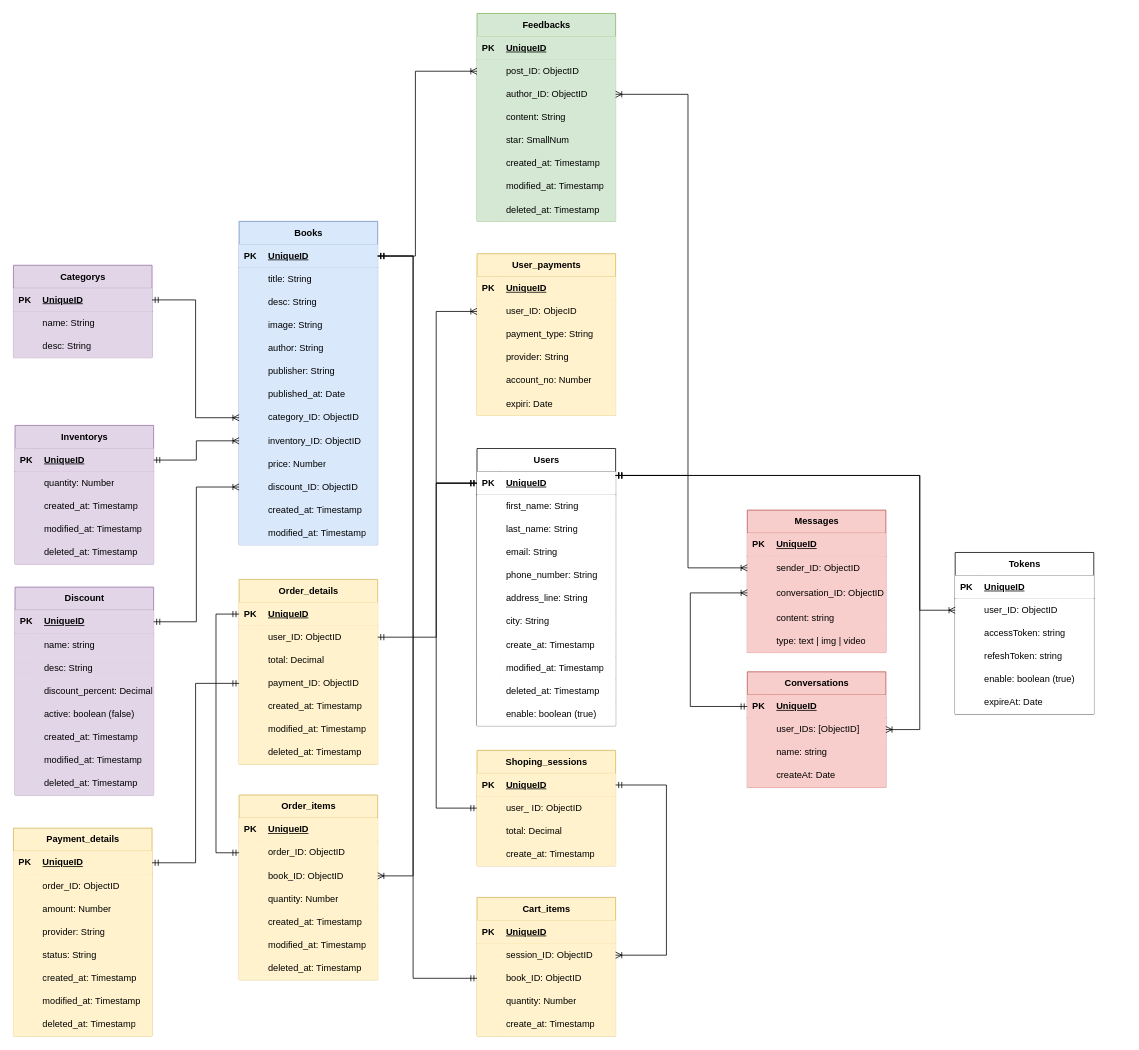
The draw.io diagram Diagram-Ebook-Shop.drawio in Khanh-BangPham/Diagram-Store, before the edit. Source tidied: cells renumbered, new cells numbered last; positions are measured from the earlier drawing's top-left corner, leaving out a move shared by most shapes. Both pictures are drawn from the tidied source at 77%, with x=0, y=0 at pixel (13, 13).
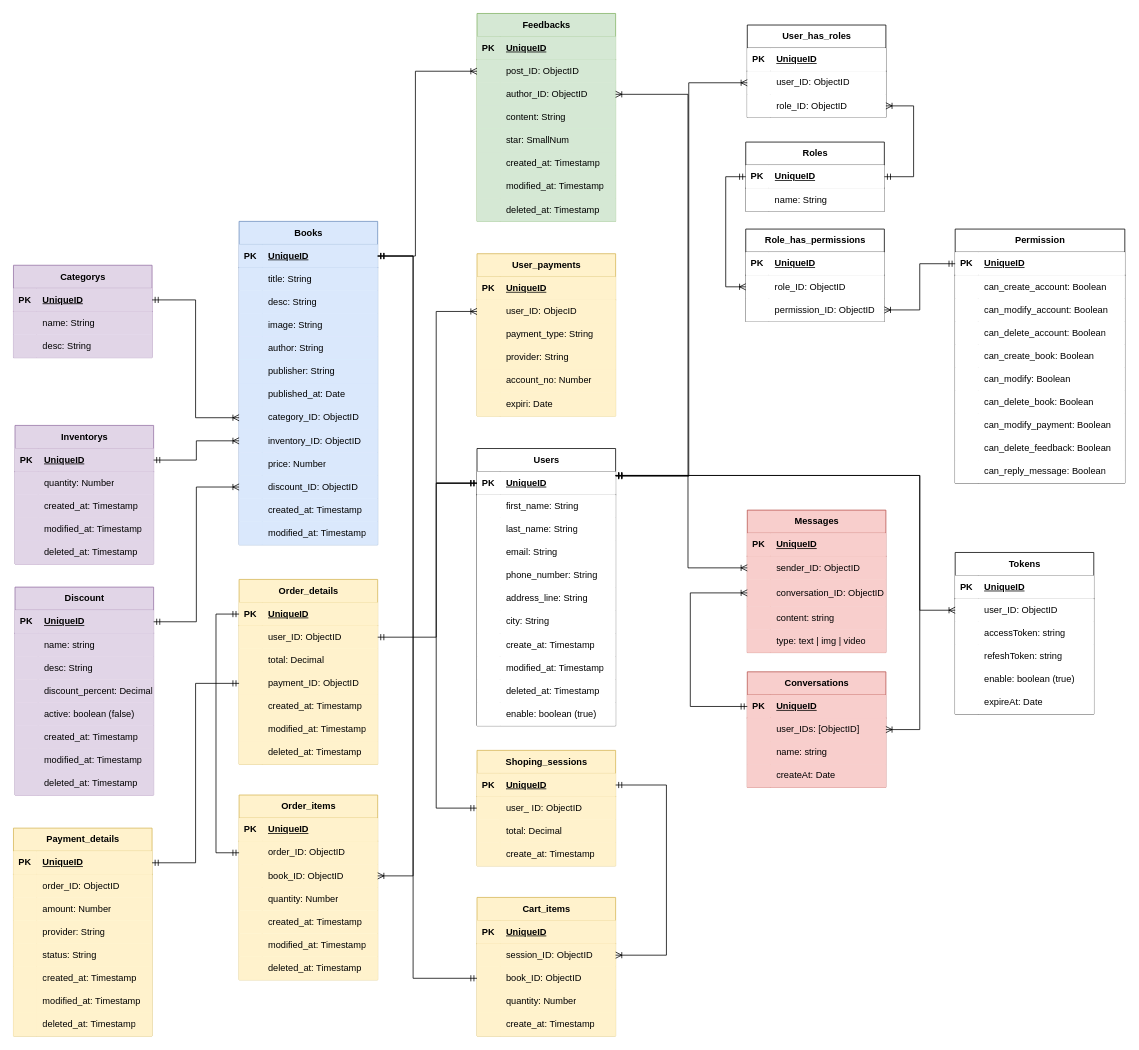
The same page after the edit.

Commit message:
Cập nhật Diagram-Ebook-Shop.drawio

Unchanged cells that the change refers to:
```xml
<mxCell id="3" style="shape=tableRow;horizontal=0;startSize=0;swimlaneHead=0;swimlaneBody=0;points=[[0,0.5],[1,0.5]];portConstraint=eastwest;top=0;left=0;right=0;bottom=1;" parent="2" vertex="1">
  <mxGeometry y="30" width="180" height="30" as="geometry" />
</mxCell>
```

The edit, as a diff of the source:
```diff
@@
     <mxCell id="214" value="User_payments" style="shape=table;startSize=30;childLayout=tableLayout;rowLines=0;fontStyle=1;align=center;html=1;fillColor=#fff2cc;strokeColor=#d6b656;" parent="1" vertex="1">
-      <mxGeometry x="602" y="312" width="180" height="210" as="geometry" />
+      <mxGeometry x="602" y="312" width="180" height="210.8" as="geometry" />
     </mxCell>
@@
     <mxCell id="230" style="shape=tableRow;horizontal=0;startSize=0;swimlaneHead=0;swimlaneBody=0;fillColor=#fff2cc;top=0;left=0;right=0;bottom=0;strokeColor=#d6b656;" parent="214" vertex="1">
-      <mxGeometry y="180" width="180" height="30" as="geometry" />
+      <mxGeometry y="180" width="180" height="31" as="geometry" />
     </mxCell>
     <mxCell id="231" style="shape=partialRectangle;fillColor=#fff2cc;top=0;left=0;bottom=0;right=0;overflow=hidden;whiteSpace=wrap;html=1;strokeColor=#d6b656;" parent="230" vertex="1">
-      <mxGeometry width="30" height="30" as="geometry" />
+      <mxGeometry width="30" height="31" as="geometry" />
     </mxCell>
     <mxCell id="232" value="expiri: Date" style="shape=partialRectangle;fillColor=#fff2cc;top=0;left=0;bottom=0;right=0;align=left;spacingLeft=6;overflow=hidden;whiteSpace=wrap;html=1;strokeColor=#d6b656;" parent="230" vertex="1">
-      <mxGeometry x="30" width="150" height="30" as="geometry" />
+      <mxGeometry x="30" width="150" height="31" as="geometry" />
     </mxCell>
@@
+    <mxCell id="334" value="User_has_roles" style="shape=table;startSize=30;childLayout=tableLayout;rowLines=0;fontStyle=1;align=center;html=1;" parent="1" vertex="1">
+      <mxGeometry x="953" y="15" width="180" height="120" as="geometry" />
+    </mxCell>
+    <mxCell id="335" style="shape=tableRow;horizontal=0;startSize=0;swimlaneHead=0;swimlaneBody=0;top=0;left=0;right=0;bottom=1;" parent="334" vertex="1">
+      <mxGeometry y="30" width="180" height="30" as="geometry" />
+    </mxCell>
+    <mxCell id="336" value="PK" style="shape=partialRectangle;top=0;left=0;bottom=0;right=0;fontStyle=1;overflow=hidden;whiteSpace=wrap;html=1;" parent="335" vertex="1">
+      <mxGeometry width="30" height="30" as="geometry" />
+    </mxCell>
+    <mxCell id="337" value="UniqueID" style="shape=partialRectangle;top=0;left=0;bottom=0;right=0;align=left;spacingLeft=6;fontStyle=5;overflow=hidden;whiteSpace=wrap;html=1;" parent="335" vertex="1">
+      <mxGeometry x="30" width="150" height="30" as="geometry" />
+    </mxCell>
+    <mxCell id="338" style="shape=tableRow;horizontal=0;startSize=0;swimlaneHead=0;swimlaneBody=0;points=[[0,0.5],[1,0.5]];portConstraint=eastwest;top=0;left=0;right=0;bottom=0;" parent="334" vertex="1">
+      <mxGeometry y="60" width="180" height="30" as="geometry" />
+    </mxCell>
+    <mxCell id="339" style="shape=partialRectangle;top=0;left=0;bottom=0;right=0;overflow=hidden;whiteSpace=wrap;html=1;" parent="338" vertex="1">
+      <mxGeometry width="30" height="30" as="geometry" />
+    </mxCell>
+    <mxCell id="340" value="user_ID: ObjectID" style="shape=partialRectangle;top=0;left=0;bottom=0;right=0;align=left;spacingLeft=6;overflow=hidden;whiteSpace=wrap;html=1;" parent="338" vertex="1">
+      <mxGeometry x="30" width="150" height="30" as="geometry" />
+    </mxCell>
+    <mxCell id="341" style="shape=tableRow;horizontal=0;startSize=0;swimlaneHead=0;swimlaneBody=0;points=[[0,0.5],[1,0.5]];portConstraint=eastwest;top=0;left=0;right=0;bottom=0;" parent="334" vertex="1">
+      <mxGeometry y="90" width="180" height="30" as="geometry" />
+    </mxCell>
+    <mxCell id="342" style="shape=partialRectangle;top=0;left=0;bottom=0;right=0;overflow=hidden;whiteSpace=wrap;html=1;" parent="341" vertex="1">
+      <mxGeometry width="30" height="30" as="geometry" />
+    </mxCell>
+    <mxCell id="343" value="role_ID: ObjectID" style="shape=partialRectangle;top=0;left=0;bottom=0;right=0;align=left;spacingLeft=6;overflow=hidden;whiteSpace=wrap;html=1;" parent="341" vertex="1">
+      <mxGeometry x="30" width="150" height="30" as="geometry" />
+    </mxCell>
+    <mxCell id="344" value="Roles" style="shape=table;startSize=30;childLayout=tableLayout;rowLines=0;fontStyle=1;align=center;html=1;" parent="1" vertex="1">
+      <mxGeometry x="951" y="167" width="180" height="90" as="geometry" />
+    </mxCell>
+    <mxCell id="345" style="shape=tableRow;horizontal=0;startSize=0;swimlaneHead=0;swimlaneBody=0;points=[[0,0.5],[1,0.5]];portConstraint=eastwest;top=0;left=0;right=0;bottom=1;" parent="344" vertex="1">
+      <mxGeometry y="30" width="180" height="30" as="geometry" />
+    </mxCell>
+    <mxCell id="346" value="PK" style="shape=partialRectangle;top=0;left=0;bottom=0;right=0;fontStyle=1;overflow=hidden;whiteSpace=wrap;html=1;" parent="345" vertex="1">
+      <mxGeometry width="30" height="30" as="geometry" />
+    </mxCell>
+    <mxCell id="347" value="UniqueID" style="shape=partialRectangle;top=0;left=0;bottom=0;right=0;align=left;spacingLeft=6;fontStyle=5;overflow=hidden;whiteSpace=wrap;html=1;" parent="345" vertex="1">
+      <mxGeometry x="30" width="150" height="30" as="geometry" />
+    </mxCell>
+    <mxCell id="348" style="shape=tableRow;horizontal=0;startSize=0;swimlaneHead=0;swimlaneBody=0;top=0;left=0;right=0;bottom=0;" parent="344" vertex="1">
+      <mxGeometry y="60" width="180" height="30" as="geometry" />
+    </mxCell>
+    <mxCell id="349" style="shape=partialRectangle;top=0;left=0;bottom=0;right=0;overflow=hidden;whiteSpace=wrap;html=1;" parent="348" vertex="1">
+      <mxGeometry width="30" height="30" as="geometry" />
+    </mxCell>
+    <mxCell id="350" value="name: String" style="shape=partialRectangle;top=0;left=0;bottom=0;right=0;align=left;spacingLeft=6;overflow=hidden;whiteSpace=wrap;html=1;" parent="348" vertex="1">
+      <mxGeometry x="30" width="150" height="30" as="geometry" />
+    </mxCell>
+    <mxCell id="351" value="Role_has_permissions" style="shape=table;startSize=30;childLayout=tableLayout;rowLines=0;fontStyle=1;align=center;html=1;" parent="1" vertex="1">
+      <mxGeometry x="951" y="280" width="180" height="120" as="geometry" />
+    </mxCell>
+    <mxCell id="352" style="shape=tableRow;horizontal=0;startSize=0;swimlaneHead=0;swimlaneBody=0;top=0;left=0;right=0;bottom=1;" parent="351" vertex="1">
+      <mxGeometry y="30" width="180" height="30" as="geometry" />
+    </mxCell>
+    <mxCell id="353" value="PK" style="shape=partialRectangle;top=0;left=0;bottom=0;right=0;fontStyle=1;overflow=hidden;whiteSpace=wrap;html=1;" parent="352" vertex="1">
+      <mxGeometry width="30" height="30" as="geometry" />
+    </mxCell>
+    <mxCell id="354" value="UniqueID" style="shape=partialRectangle;top=0;left=0;bottom=0;right=0;align=left;spacingLeft=6;fontStyle=5;overflow=hidden;whiteSpace=wrap;html=1;" parent="352" vertex="1">
+      <mxGeometry x="30" width="150" height="30" as="geometry" />
+    </mxCell>
+    <mxCell id="355" style="shape=tableRow;horizontal=0;startSize=0;swimlaneHead=0;swimlaneBody=0;points=[[0,0.5],[1,0.5]];portConstraint=eastwest;top=0;left=0;right=0;bottom=0;" parent="351" vertex="1">
+      <mxGeometry y="60" width="180" height="30" as="geometry" />
+    </mxCell>
+    <mxCell id="356" style="shape=partialRectangle;top=0;left=0;bottom=0;right=0;overflow=hidden;whiteSpace=wrap;html=1;" parent="355" vertex="1">
+      <mxGeometry width="30" height="30" as="geometry" />
+    </mxCell>
+    <mxCell id="357" value="role_ID: ObjectID" style="shape=partialRectangle;top=0;left=0;bottom=0;right=0;align=left;spacingLeft=6;overflow=hidden;whiteSpace=wrap;html=1;" parent="355" vertex="1">
+      <mxGeometry x="30" width="150" height="30" as="geometry" />
+    </mxCell>
+    <mxCell id="358" style="shape=tableRow;horizontal=0;startSize=0;swimlaneHead=0;swimlaneBody=0;points=[[0,0.5],[1,0.5]];portConstraint=eastwest;top=0;left=0;right=0;bottom=0;" parent="351" vertex="1">
+      <mxGeometry y="90" width="180" height="30" as="geometry" />
+    </mxCell>
+    <mxCell id="359" style="shape=partialRectangle;top=0;left=0;bottom=0;right=0;overflow=hidden;whiteSpace=wrap;html=1;" parent="358" vertex="1">
+      <mxGeometry width="30" height="30" as="geometry" />
+    </mxCell>
+    <mxCell id="360" value="permission_ID: ObjectID" style="shape=partialRectangle;top=0;left=0;bottom=0;right=0;align=left;spacingLeft=6;overflow=hidden;whiteSpace=wrap;html=1;" parent="358" vertex="1">
+      <mxGeometry x="30" width="150" height="30" as="geometry" />
+    </mxCell>
+    <mxCell id="361" value="Permission" style="shape=table;startSize=30;childLayout=tableLayout;rowLines=0;fontStyle=1;align=center;html=1;" parent="1" vertex="1">
+      <mxGeometry x="1223" y="280" width="220.3" height="330" as="geometry" />
+    </mxCell>
+    <mxCell id="362" style="shape=tableRow;horizontal=0;startSize=0;swimlaneHead=0;swimlaneBody=0;points=[[0,0.5],[1,0.5]];portConstraint=eastwest;top=0;left=0;right=0;bottom=1;" parent="361" vertex="1">
+      <mxGeometry y="30" width="220.3" height="30" as="geometry" />
+    </mxCell>
+    <mxCell id="363" value="PK" style="shape=partialRectangle;top=0;left=0;bottom=0;right=0;fontStyle=1;overflow=hidden;whiteSpace=wrap;html=1;" parent="362" vertex="1">
+      <mxGeometry width="30" height="30" as="geometry" />
+    </mxCell>
+    <mxCell id="364" value="UniqueID" style="shape=partialRectangle;top=0;left=0;bottom=0;right=0;align=left;spacingLeft=6;fontStyle=5;overflow=hidden;whiteSpace=wrap;html=1;" parent="362" vertex="1">
+      <mxGeometry x="30" width="190.3" height="30" as="geometry" />
+    </mxCell>
+    <mxCell id="365" style="shape=tableRow;horizontal=0;startSize=0;swimlaneHead=0;swimlaneBody=0;top=0;left=0;right=0;bottom=0;" parent="361" vertex="1">
+      <mxGeometry y="60" width="220.3" height="30" as="geometry" />
+    </mxCell>
+    <mxCell id="366" style="shape=partialRectangle;top=0;left=0;bottom=0;right=0;overflow=hidden;whiteSpace=wrap;html=1;" parent="365" vertex="1">
+      <mxGeometry width="30" height="30" as="geometry" />
+    </mxCell>
+    <mxCell id="367" value="can_create_account: Boolean" style="shape=partialRectangle;top=0;left=0;bottom=0;right=0;align=left;spacingLeft=6;overflow=hidden;whiteSpace=wrap;html=1;" parent="365" vertex="1">
+      <mxGeometry x="30" width="190.3" height="30" as="geometry" />
+    </mxCell>
+    <mxCell id="368" style="shape=tableRow;horizontal=0;startSize=0;swimlaneHead=0;swimlaneBody=0;top=0;left=0;right=0;bottom=0;" parent="361" vertex="1">
+      <mxGeometry y="90" width="220.3" height="30" as="geometry" />
+    </mxCell>
+    <mxCell id="369" style="shape=partialRectangle;top=0;left=0;bottom=0;right=0;overflow=hidden;whiteSpace=wrap;html=1;" parent="368" vertex="1">
+      <mxGeometry width="30" height="30" as="geometry" />
+    </mxCell>
+    <mxCell id="370" value="can_modify_account: Boolean" style="shape=partialRectangle;top=0;left=0;bottom=0;right=0;align=left;spacingLeft=6;overflow=hidden;whiteSpace=wrap;html=1;" parent="368" vertex="1">
+      <mxGeometry x="30" width="190.3" height="30" as="geometry" />
+    </mxCell>
+    <mxCell id="371" style="shape=tableRow;horizontal=0;startSize=0;swimlaneHead=0;swimlaneBody=0;top=0;left=0;right=0;bottom=0;" parent="361" vertex="1">
+      <mxGeometry y="120" width="220.3" height="30" as="geometry" />
+    </mxCell>
+    <mxCell id="372" style="shape=partialRectangle;top=0;left=0;bottom=0;right=0;overflow=hidden;whiteSpace=wrap;html=1;" parent="371" vertex="1">
+      <mxGeometry width="30" height="30" as="geometry" />
+    </mxCell>
+    <mxCell id="373" value="can_delete_account: Boolean" style="shape=partialRectangle;top=0;left=0;bottom=0;right=0;align=left;spacingLeft=6;overflow=hidden;whiteSpace=wrap;html=1;" parent="371" vertex="1">
+      <mxGeometry x="30" width="190.3" height="30" as="geometry" />
+    </mxCell>
+    <mxCell id="374" style="shape=tableRow;horizontal=0;startSize=0;swimlaneHead=0;swimlaneBody=0;top=0;left=0;right=0;bottom=0;" parent="361" vertex="1">
+      <mxGeometry y="150" width="220.3" height="30" as="geometry" />
+    </mxCell>
+    <mxCell id="375" style="shape=partialRectangle;top=0;left=0;bottom=0;right=0;overflow=hidden;whiteSpace=wrap;html=1;" parent="374" vertex="1">
+      <mxGeometry width="30" height="30" as="geometry" />
+    </mxCell>
+    <mxCell id="376" value="can_create_book: Boolean" style="shape=partialRectangle;top=0;left=0;bottom=0;right=0;align=left;spacingLeft=6;overflow=hidden;whiteSpace=wrap;html=1;" parent="374" vertex="1">
+      <mxGeometry x="30" width="190.3" height="30" as="geometry" />
+    </mxCell>
+    <mxCell id="377" style="shape=tableRow;horizontal=0;startSize=0;swimlaneHead=0;swimlaneBody=0;top=0;left=0;right=0;bottom=0;" parent="361" vertex="1">
+      <mxGeometry y="180" width="220.3" height="30" as="geometry" />
+    </mxCell>
+    <mxCell id="378" style="shape=partialRectangle;top=0;left=0;bottom=0;right=0;overflow=hidden;whiteSpace=wrap;html=1;" parent="377" vertex="1">
+      <mxGeometry width="30" height="30" as="geometry" />
+    </mxCell>
+    <mxCell id="379" value="can_modify: Boolean" style="shape=partialRectangle;top=0;left=0;bottom=0;right=0;align=left;spacingLeft=6;overflow=hidden;whiteSpace=wrap;html=1;" parent="377" vertex="1">
+      <mxGeometry x="30" width="190.3" height="30" as="geometry" />
+    </mxCell>
+    <mxCell id="380" style="shape=tableRow;horizontal=0;startSize=0;swimlaneHead=0;swimlaneBody=0;top=0;left=0;right=0;bottom=0;" parent="361" vertex="1">
+      <mxGeometry y="210" width="220.3" height="30" as="geometry" />
+    </mxCell>
+    <mxCell id="381" style="shape=partialRectangle;top=0;left=0;bottom=0;right=0;overflow=hidden;whiteSpace=wrap;html=1;" parent="380" vertex="1">
+      <mxGeometry width="30" height="30" as="geometry" />
+    </mxCell>
+    <mxCell id="382" value="can_delete_book: Boolean" style="shape=partialRectangle;top=0;left=0;bottom=0;right=0;align=left;spacingLeft=6;overflow=hidden;whiteSpace=wrap;html=1;" parent="380" vertex="1">
+      <mxGeometry x="30" width="190.3" height="30" as="geometry" />
+    </mxCell>
+    <mxCell id="383" style="shape=tableRow;horizontal=0;startSize=0;swimlaneHead=0;swimlaneBody=0;top=0;left=0;right=0;bottom=0;" parent="361" vertex="1">
+      <mxGeometry y="240" width="220.3" height="30" as="geometry" />
+    </mxCell>
+    <mxCell id="384" style="shape=partialRectangle;top=0;left=0;bottom=0;right=0;overflow=hidden;whiteSpace=wrap;html=1;" parent="383" vertex="1">
+      <mxGeometry width="30" height="30" as="geometry" />
+    </mxCell>
+    <mxCell id="385" value="can_modify_payment: Boolean" style="shape=partialRectangle;top=0;left=0;bottom=0;right=0;align=left;spacingLeft=6;overflow=hidden;whiteSpace=wrap;html=1;" parent="383" vertex="1">
+      <mxGeometry x="30" width="190.3" height="30" as="geometry" />
+    </mxCell>
+    <mxCell id="386" style="shape=tableRow;horizontal=0;startSize=0;swimlaneHead=0;swimlaneBody=0;top=0;left=0;right=0;bottom=0;" parent="361" vertex="1">
+      <mxGeometry y="270" width="220.3" height="30" as="geometry" />
+    </mxCell>
+    <mxCell id="387" style="shape=partialRectangle;top=0;left=0;bottom=0;right=0;overflow=hidden;whiteSpace=wrap;html=1;" parent="386" vertex="1">
+      <mxGeometry width="30" height="30" as="geometry" />
+    </mxCell>
+    <mxCell id="388" value="can_delete_feedback: Boolean" style="shape=partialRectangle;top=0;left=0;bottom=0;right=0;align=left;spacingLeft=6;overflow=hidden;whiteSpace=wrap;html=1;" parent="386" vertex="1">
+      <mxGeometry x="30" width="190.3" height="30" as="geometry" />
+    </mxCell>
+    <mxCell id="389" style="shape=tableRow;horizontal=0;startSize=0;swimlaneHead=0;swimlaneBody=0;top=0;left=0;right=0;bottom=0;" parent="361" vertex="1">
+      <mxGeometry y="300" width="220.3" height="30" as="geometry" />
+    </mxCell>
+    <mxCell id="390" style="shape=partialRectangle;top=0;left=0;bottom=0;right=0;overflow=hidden;whiteSpace=wrap;html=1;" parent="389" vertex="1">
+      <mxGeometry width="30" height="30" as="geometry" />
+    </mxCell>
+    <mxCell id="391" value="can_reply_message: Boolean" style="shape=partialRectangle;top=0;left=0;bottom=0;right=0;align=left;spacingLeft=6;overflow=hidden;whiteSpace=wrap;html=1;" parent="389" vertex="1">
+      <mxGeometry x="30" width="190.3" height="30" as="geometry" />
+    </mxCell>
+    <mxCell id="392" style="edgeStyle=orthogonalEdgeStyle;rounded=0;jettySize=auto;html=1;endArrow=ERmandOne;endFill=0;startArrow=ERoneToMany;startFill=0;" parent="1" edge="1" source="338" target="3">
+      <mxGeometry relative="1" as="geometry">
+        <Array as="points">
+          <mxPoint x="877" y="90" />
+          <mxPoint x="877" y="601" />
+        </Array>
+      </mxGeometry>
+    </mxCell>
+    <mxCell id="393" style="edgeStyle=orthogonalEdgeStyle;rounded=0;jettySize=auto;html=1;endArrow=ERmandOne;endFill=0;startArrow=ERoneToMany;startFill=0;" parent="1" edge="1" source="341" target="345">
+      <mxGeometry relative="1" as="geometry">
+        <Array as="points">
+          <mxPoint x="1169" y="120" />
+          <mxPoint x="1169" y="212" />
+        </Array>
+      </mxGeometry>
+    </mxCell>
+    <mxCell id="394" style="edgeStyle=orthogonalEdgeStyle;rounded=0;jettySize=auto;html=1;startArrow=ERmandOne;startFill=0;endArrow=ERoneToMany;endFill=0;" parent="1" edge="1" source="345" target="355">
+      <mxGeometry relative="1" as="geometry">
+        <Array as="points">
+          <mxPoint x="925" y="212" />
+          <mxPoint x="925" y="355" />
+        </Array>
+      </mxGeometry>
+    </mxCell>
+    <mxCell id="395" style="edgeStyle=orthogonalEdgeStyle;rounded=0;jettySize=auto;html=1;endArrow=ERmandOne;endFill=0;startArrow=ERoneToMany;startFill=0;" parent="1" edge="1" source="358" target="362">
+      <mxGeometry relative="1" as="geometry" />
+    </mxCell>
```
